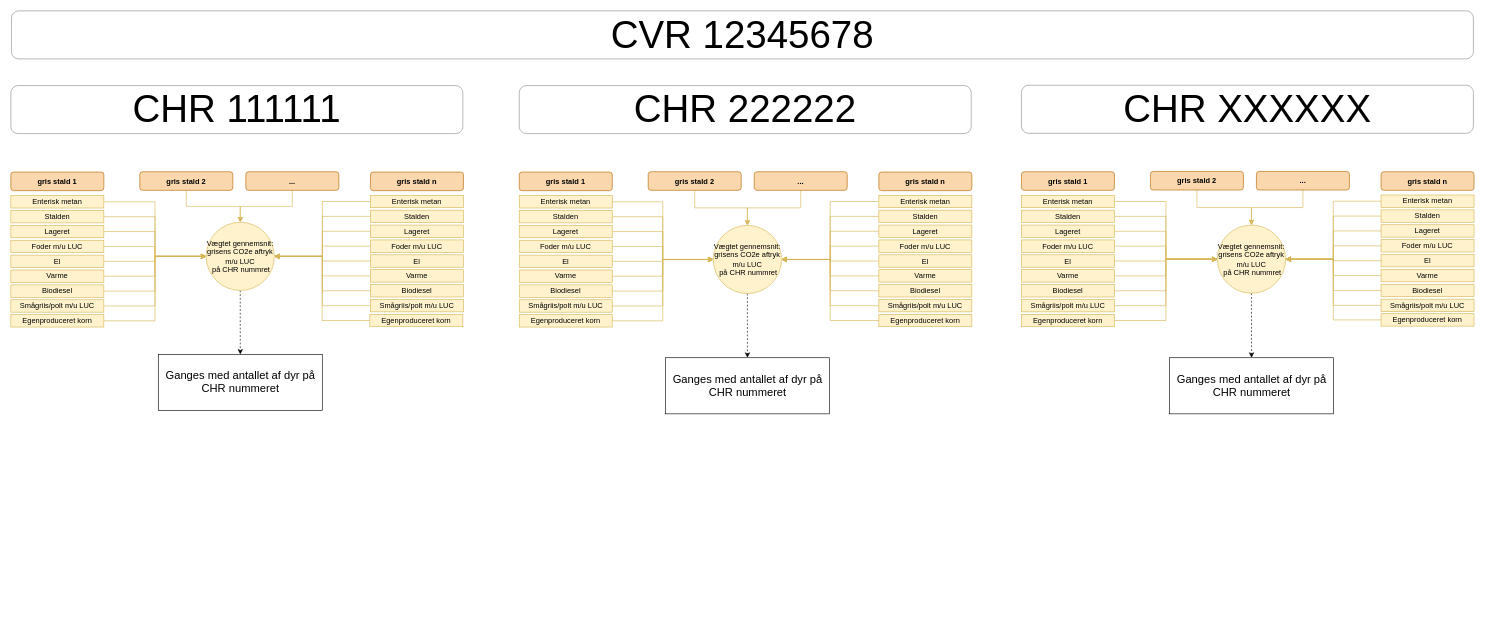
This is Bedriftsaftryk.drawio from segesdk/SAF_dokumentation, a draw.io file, before an edit. Source tidied: cells renumbered, new cells numbered last; positions are measured from the earlier drawing's top-left corner, leaving out a move shared by most shapes. Both pictures are drawn from the tidied source at 62%, with x=0, y=0 at pixel (11, 11).
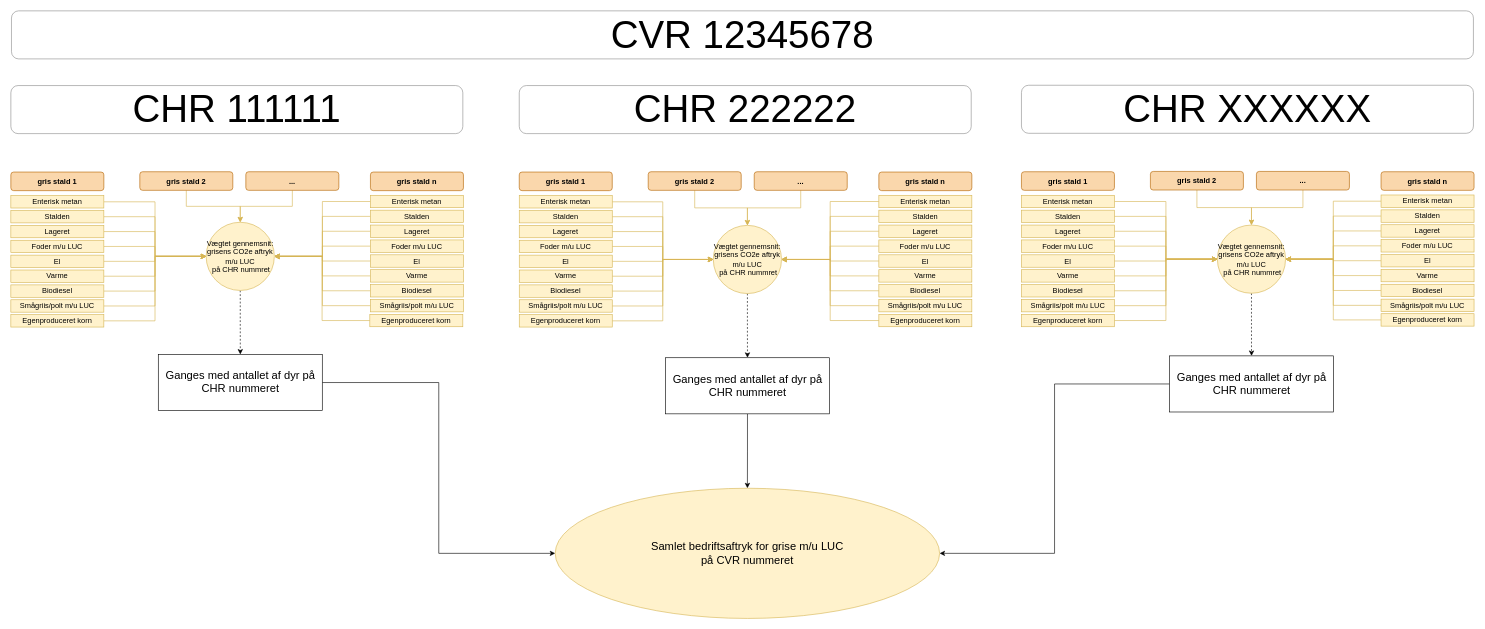
After the change.

The change refers to these unchanged cells:
```xml
<mxCell id="137" value="Ganges med antallet af dyr på CHR nummeret" style="rounded=0;whiteSpace=wrap;shadow=0;glass=0;sketch=0;strokeColor=#000000;fontSize=18;fillColor=#FFFFFF;" parent="1" vertex="1">
  <mxGeometry x="237.8" y="554.2" width="264.5" height="90.5" as="geometry" />
</mxCell>
<mxCell id="138" value="Ganges med antallet af dyr på CHR nummeret" style="rounded=0;whiteSpace=wrap;shadow=0;glass=0;sketch=0;strokeColor=#000000;fontSize=18;fillColor=#FFFFFF;" parent="1" vertex="1">
  <mxGeometry x="1055.8" y="559.5" width="264.5" height="90.5" as="geometry" />
</mxCell>
```

Diff of the diagram source:
```diff
@@
+    <mxCell id="141" style="edgeStyle=orthogonalEdgeStyle;rounded=0;jettySize=auto;html=1;entryX=0;entryY=0.5;entryDx=0;entryDy=0;strokeColor=#000000;fontSize=18;" parent="1" edge="1" source="137" target="144">
+      <mxGeometry relative="1" as="geometry" />
+    </mxCell>
@@
+    <mxCell id="142" style="edgeStyle=orthogonalEdgeStyle;rounded=0;jettySize=auto;html=1;strokeColor=#000000;fontSize=18;" parent="1" edge="1" source="138" target="144">
+      <mxGeometry relative="1" as="geometry" />
+    </mxCell>
@@
+    <mxCell id="143" style="edgeStyle=orthogonalEdgeStyle;rounded=0;jettySize=auto;html=1;entryX=1;entryY=0.5;entryDx=0;entryDy=0;strokeColor=#000000;fontSize=18;" parent="1" edge="1" source="139" target="144">
+      <mxGeometry relative="1" as="geometry" />
+    </mxCell>
     <mxCell id="139" value="Ganges med antallet af dyr på CHR nummeret" style="rounded=0;whiteSpace=wrap;shadow=0;glass=0;sketch=0;strokeColor=#000000;fontSize=18;fillColor=#FFFFFF;" parent="1" vertex="1">
-      <mxGeometry x="1868.8" y="559.5" width="264.5" height="90.5" as="geometry" />
+      <mxGeometry x="1868.8" y="556.5" width="264.5" height="90.5" as="geometry" />
     </mxCell>
@@
+    <mxCell id="144" value="Samlet bedriftsaftryk for grise m/u LUC&lt;br&gt;på CVR nummeret" style="ellipse;whiteSpace=wrap;html=1;fontSize=18;fillColor=#fff2cc;strokeColor=#d6b656;" parent="1" vertex="1">
+      <mxGeometry x="878" y="770" width="620" height="210" as="geometry" />
+    </mxCell>
```
